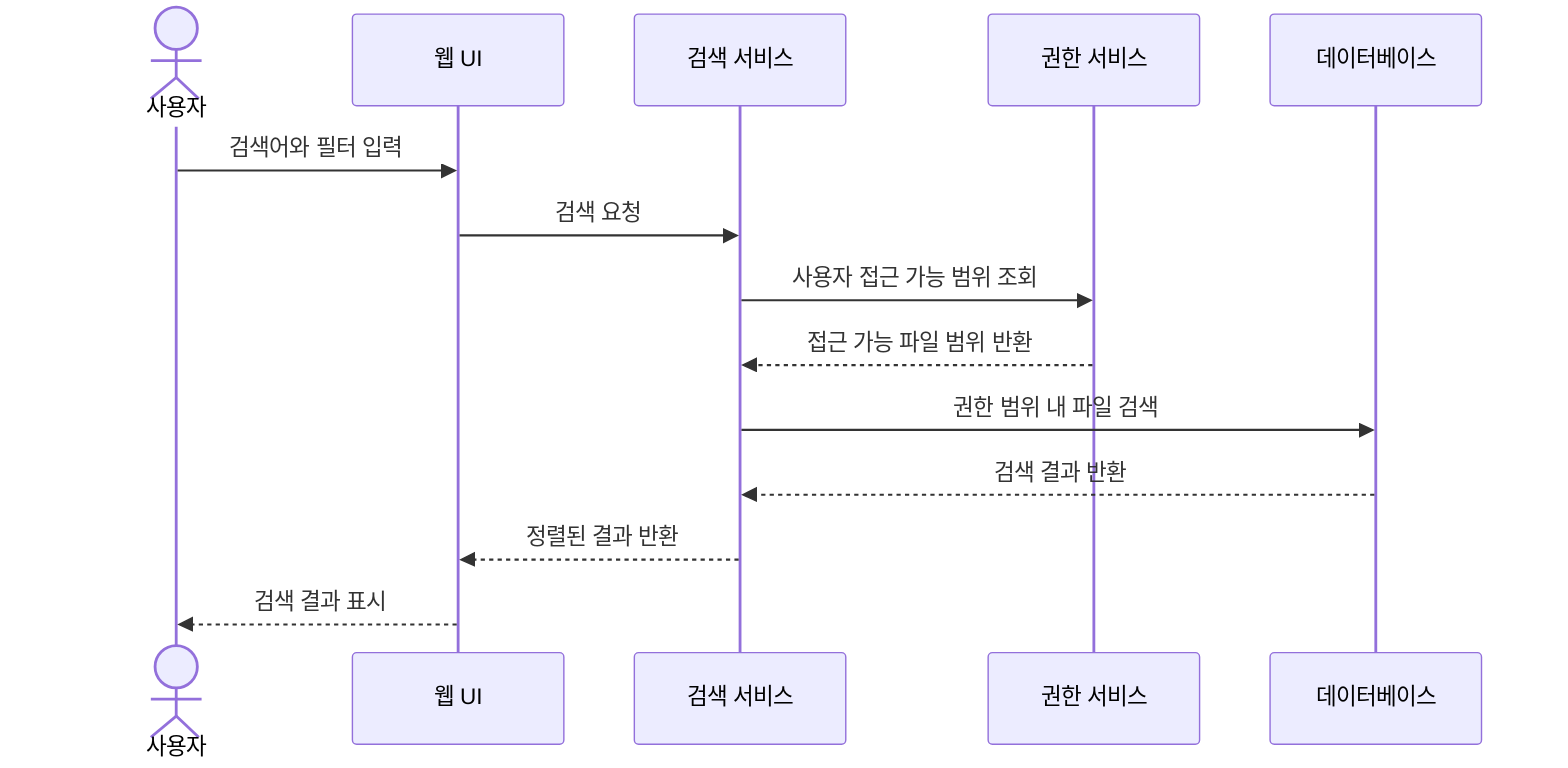
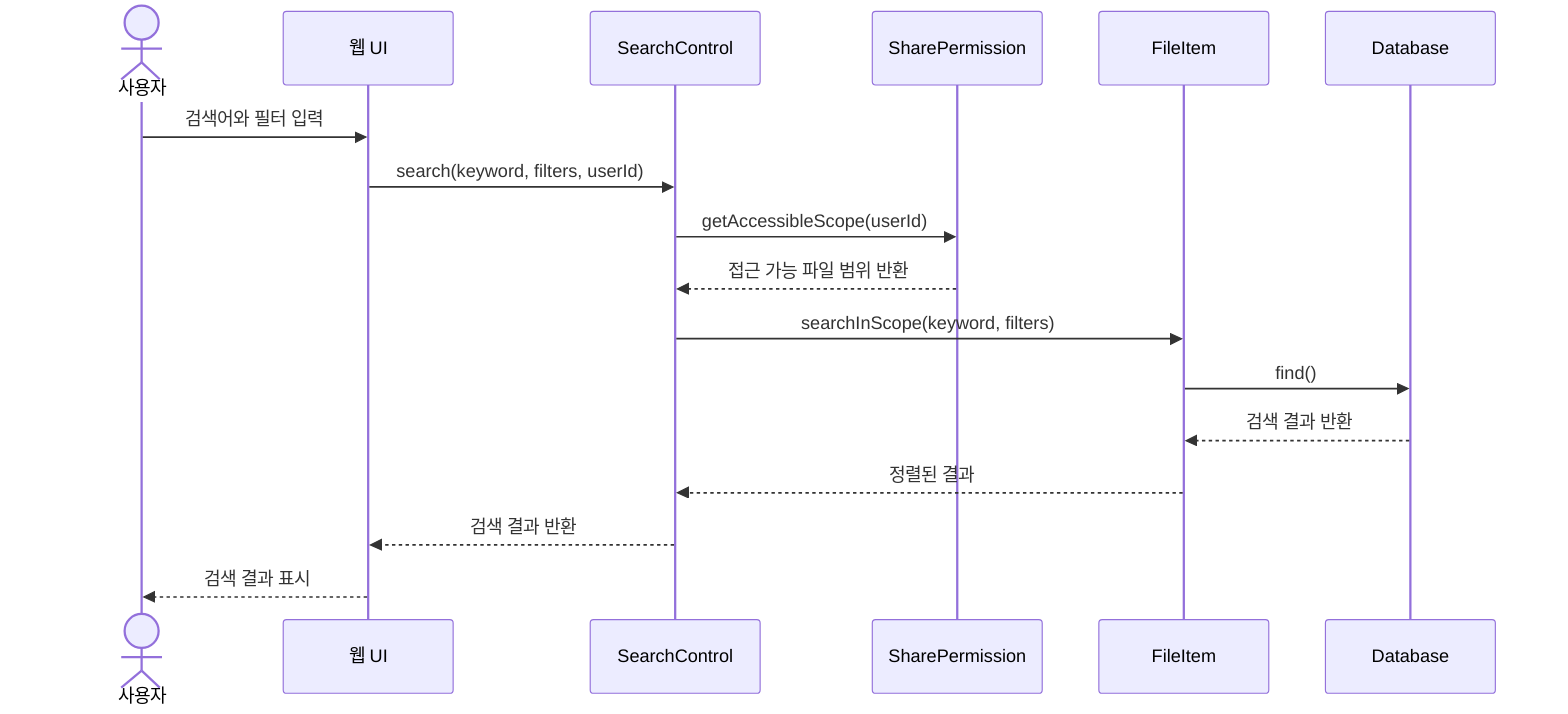
sequenceDiagram
    actor 사용자
    participant UI as 웹 UI
-     participant Search as 검색 서비스
-     participant Auth as 권한 서비스
-     participant DB as 데이터베이스
+     participant Ctrl as SearchControl
+     participant Perm as SharePermission
+     participant File as FileItem
+     participant DB as Database

    사용자->>UI: 검색어와 필터 입력
-     UI->>Search: 검색 요청
-     Search->>Auth: 사용자 접근 가능 범위 조회
-     Auth-->>Search: 접근 가능 파일 범위 반환
-     Search->>DB: 권한 범위 내 파일 검색
-     DB-->>Search: 검색 결과 반환
-     Search-->>UI: 정렬된 결과 반환
+     UI->>Ctrl: search(keyword, filters, userId)
+     Ctrl->>Perm: getAccessibleScope(userId)
+     Perm-->>Ctrl: 접근 가능 파일 범위 반환
+     Ctrl->>File: searchInScope(keyword, filters)
+     File->>DB: find()
+     DB-->>File: 검색 결과 반환
+     File-->>Ctrl: 정렬된 결과
+     Ctrl-->>UI: 검색 결과 반환
    UI-->>사용자: 검색 결과 표시
